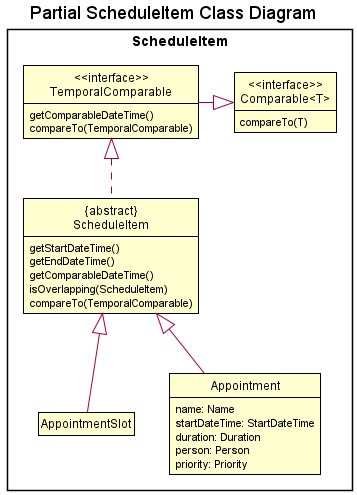
Before: docs/images/ScheduleItemClassDiagram.png, a diagram exported from PlantUML (nus-cs2103-AY2122S2/tp).
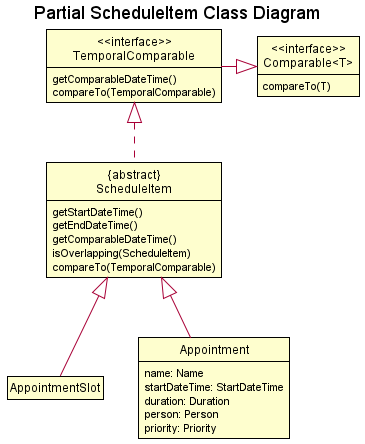
The same diagram one commit later.

Commit message:
Add diagram for readonlyschedule

Diff of the diagram source:
```diff
@@ -8,35 +8,33 @@
 
 title Partial ScheduleItem Class Diagram
 
-package "ScheduleItem" {
-    class Appointment {
-        name: Name
-        startDateTime: StartDateTime
-        duration: Duration
-        person: Person
-        priority: Priority
-    }
+class Appointment {
+    name: Name
+    startDateTime: StartDateTime
+    duration: Duration
+    person: Person
+    priority: Priority
+}
 
-    class AppointmentSlot {
+class AppointmentSlot {
 
-    }
+}
 
-    class "{abstract}\n ScheduleItem " as ScheduleItem {
-        getStartDateTime()
-        getEndDateTime()
-        getComparableDateTime()
-        isOverlapping(ScheduleItem)
-        compareTo(TemporalComparable)
-    }
+class "{abstract}\n ScheduleItem " as ScheduleItem {
+    getStartDateTime()
+    getEndDateTime()
+    getComparableDateTime()
+    isOverlapping(ScheduleItem)
+    compareTo(TemporalComparable)
+}
 
-    class "<<interface>>\n TemporalComparable " as TemporalComparable {
-        getComparableDateTime()
-        compareTo(TemporalComparable)
-    }
+class "<<interface>>\n TemporalComparable " as TemporalComparable {
+    getComparableDateTime()
+    compareTo(TemporalComparable)
+}
 
-    class "<<interface>>\n Comparable<T> " as Comparable {
-        compareTo(T)
-    }
+class "<<interface>>\n Comparable<T> " as Comparable {
+    compareTo(T)
 }
 
 AppointmentSlot -[hidden]right- Appointment
```
